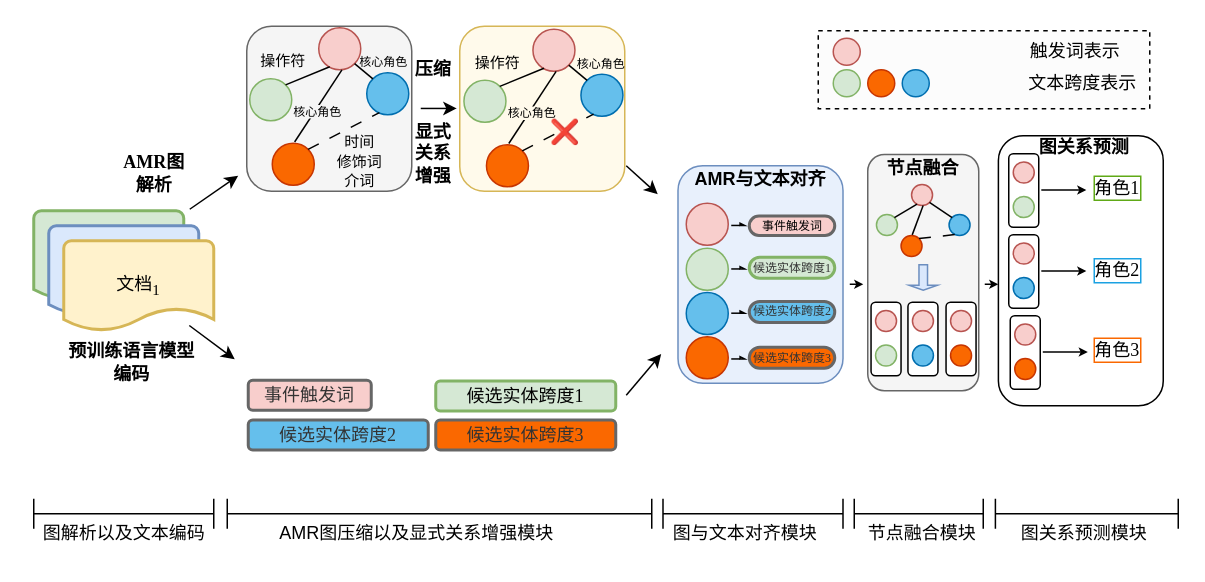
This is work2/AMR-ERGP-model-中文版.drawio from crawlerWPS/drawing, a draw.io file, before an edit. Source tidied: cells renumbered, new cells numbered last; positions are measured from the earlier drawing's top-left corner, leaving out a move shared by most shapes. Both pictures are drawn from the tidied source at 150%, with x=0, y=0 at pixel (26, 26).
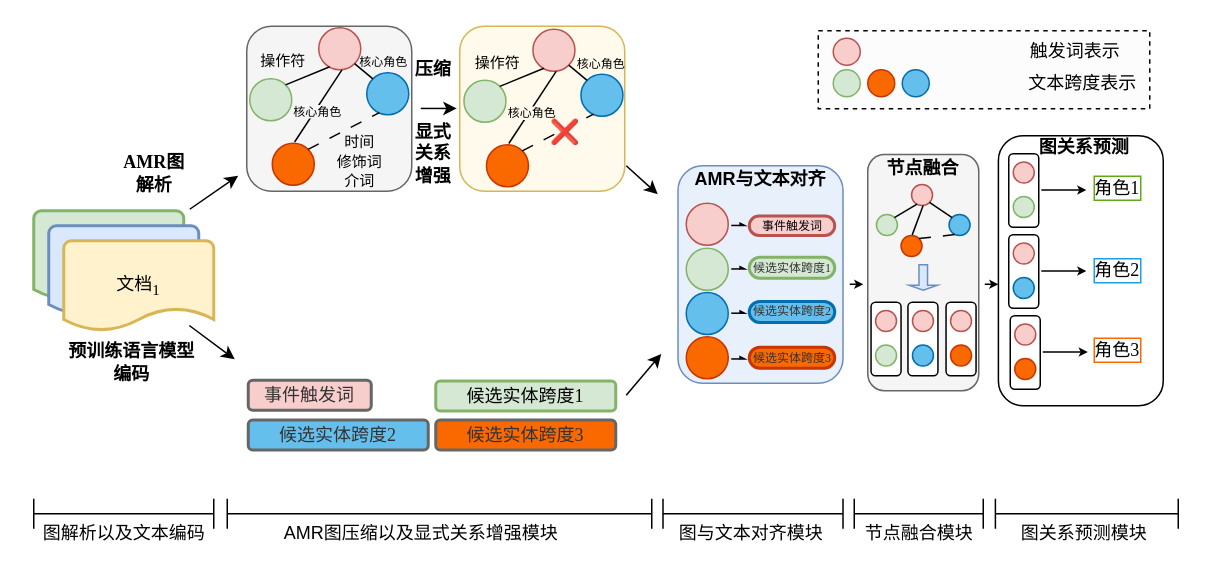
The same diagram, later.

Commit message:
更新AMR-ERGP-model-中文版.drawio

Diff of the diagram source:
```diff
@@
-    <mxCell id="67" value="&lt;font face=&quot;宋体-简&quot;&gt;&lt;b&gt;显式&lt;br&gt;关系&lt;br&gt;增强&lt;/b&gt;&lt;/font&gt;" style="text;html=1;align=center;verticalAlign=middle;strokeColor=none;fillColor=none;" parent="1" vertex="1">
+    <mxCell id="67" value="&lt;font&gt;&lt;b&gt;显式&lt;br&gt;关系&lt;br&gt;增强&lt;/b&gt;&lt;/font&gt;" style="text;html=1;align=center;verticalAlign=middle;strokeColor=none;fillColor=none;fontFamily=宋体-简;" parent="1" vertex="1">
       <mxGeometry x="245.8" y="55" width="50" height="60" as="geometry" />
     </mxCell>
@@
-    <mxCell id="71" style="rounded=1;whiteSpace=wrap;html=1;strokeWidth=2;fillColor=#F8CECC;fontColor=#333333;strokeColor=#666666;arcSize=50;" parent="1" vertex="1">
+    <mxCell id="71" style="rounded=1;whiteSpace=wrap;html=1;strokeWidth=2;fillColor=#F8CECC;fontColor=#333333;strokeColor=#b85450;arcSize=50;" parent="1" vertex="1">
       <mxGeometry x="482" y="126.5" width="57" height="13" as="geometry" />
     </mxCell>
@@
-    <mxCell id="73" style="rounded=1;whiteSpace=wrap;html=1;strokeWidth=2;fillColor=#65BFEC;fontColor=#333333;strokeColor=#666666;arcSize=50;" parent="1" vertex="1">
+    <mxCell id="73" style="rounded=1;whiteSpace=wrap;html=1;strokeWidth=2;fillColor=#65BFEC;fontColor=#333333;strokeColor=#006eaf;arcSize=50;" parent="1" vertex="1">
       <mxGeometry x="482" y="183.5" width="57" height="14" as="geometry" />
     </mxCell>
-    <mxCell id="74" value="&lt;p style=&quot;line-height: 100%;&quot;&gt;&lt;br&gt;&lt;/p&gt;" style="rounded=1;whiteSpace=wrap;html=1;strokeWidth=2;fillColor=#FA6800;fontColor=#333333;strokeColor=#666666;arcSize=50;" parent="1" vertex="1">
+    <mxCell id="74" value="&lt;p style=&quot;line-height: 100%;&quot;&gt;&lt;br&gt;&lt;/p&gt;" style="rounded=1;whiteSpace=wrap;html=1;strokeWidth=2;fillColor=#FA6800;fontColor=#333333;strokeColor=#c73500;arcSize=50;" parent="1" vertex="1">
       <mxGeometry x="482" y="214" width="57" height="14" as="geometry" />
     </mxCell>
@@
-    <mxCell id="102" value="&lt;font style=&quot;border-color: var(--border-color); color: rgb(51, 51, 51); text-align: center; font-size: 8px;&quot; face=&quot;宋体-简&quot;&gt;候选实体跨度&lt;/font&gt;&lt;font style=&quot;border-color: var(--border-color); color: rgb(51, 51, 51); text-align: center; font-size: 8px;&quot; face=&quot;Times New Roman&quot;&gt;1&lt;/font&gt;" style="text;whiteSpace=wrap;html=1;fontColor=default;labelBackgroundColor=none;" parent="1" vertex="1">
+    <mxCell id="102" value="&lt;font style=&quot;border-color: var(--border-color); color: rgb(51, 51, 51); text-align: center; font-size: 8px;&quot; face=&quot;宋体-简&quot;&gt;候选实体跨度&lt;/font&gt;&lt;font style=&quot;border-color: var(--border-color); color: rgb(51, 51, 51); text-align: center; font-size: 8px;&quot; face=&quot;Times New Roman&quot;&gt;1&lt;/font&gt;" style="text;whiteSpace=wrap;html=1;fontColor=default;labelBackgroundColor=none;strokeColor=none;" parent="1" vertex="1">
       <mxGeometry x="483" y="146" width="56" height="20" as="geometry" />
     </mxCell>
-    <mxCell id="103" value="&lt;font style=&quot;border-color: var(--border-color); color: rgb(51, 51, 51); text-align: center; font-size: 8px;&quot; face=&quot;宋体-简&quot;&gt;候选实体跨度&lt;/font&gt;&lt;font face=&quot;Times New Roman&quot; style=&quot;border-color: var(--border-color); color: rgb(51, 51, 51); text-align: center; font-size: 8px;&quot;&gt;3&lt;/font&gt;" style="text;whiteSpace=wrap;html=1;fontColor=default;labelBackgroundColor=none;" parent="1" vertex="1">
+    <mxCell id="103" value="&lt;font style=&quot;border-color: var(--border-color); color: rgb(51, 51, 51); text-align: center; font-size: 8px;&quot; face=&quot;宋体-简&quot;&gt;候选实体跨度&lt;/font&gt;&lt;font face=&quot;Times New Roman&quot; style=&quot;border-color: var(--border-color); color: rgb(51, 51, 51); text-align: center; font-size: 8px;&quot;&gt;3&lt;/font&gt;" style="text;whiteSpace=wrap;html=1;fontColor=default;labelBackgroundColor=none;strokeColor=none;" parent="1" vertex="1">
       <mxGeometry x="482.5" y="206" width="56" height="20" as="geometry" />
     </mxCell>
@@
     <mxCell id="113" value="AMR图压缩以及显式关系增强模块" style="text;html=1;align=center;verticalAlign=middle;strokeColor=none;fillColor=none;fontFamily=宋体-简;" parent="1" vertex="1">
-      <mxGeometry x="155" y="323" width="210" height="30" as="geometry" />
+      <mxGeometry x="158" y="323" width="210" height="30" as="geometry" />
     </mxCell>
     <mxCell id="114" value="图与文本对齐模块" style="text;html=1;align=center;verticalAlign=middle;strokeColor=none;fillColor=none;fontFamily=宋体-简;" parent="1" vertex="1">
-      <mxGeometry x="419" y="323" width="120" height="30" as="geometry" />
+      <mxGeometry x="423" y="323" width="120" height="30" as="geometry" />
     </mxCell>
     <mxCell id="115" value="节点融合模块" style="text;html=1;align=center;verticalAlign=middle;strokeColor=none;fillColor=none;fontFamily=宋体-简;" parent="1" vertex="1">
-      <mxGeometry x="547.2" y="323" width="100" height="30" as="geometry" />
+      <mxGeometry x="545.2" y="323" width="100" height="30" as="geometry" />
     </mxCell>
```
